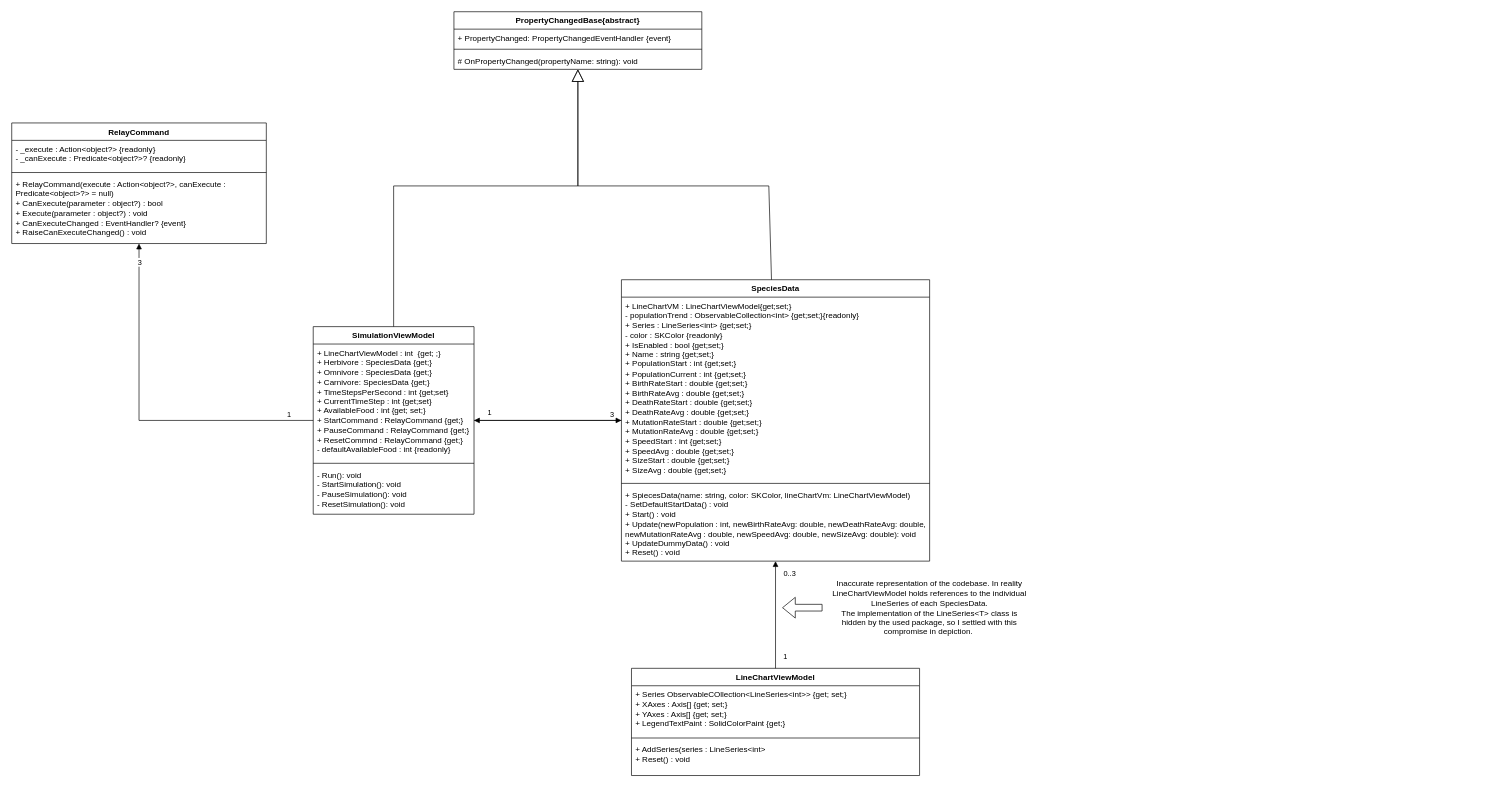
Arv1u/natural-selection-sim keeps this draw.io diagram as docs/diagrams/Natural Selection Sim Class Diagram MVP.drawio. Above is the earlier version. Source tidied: cells renumbered, new cells numbered last; positions are measured from the earlier drawing's top-left corner, leaving out a move shared by most shapes. Both pictures are drawn from the tidied source at 67%, with x=0, y=0 at pixel (11, 11).
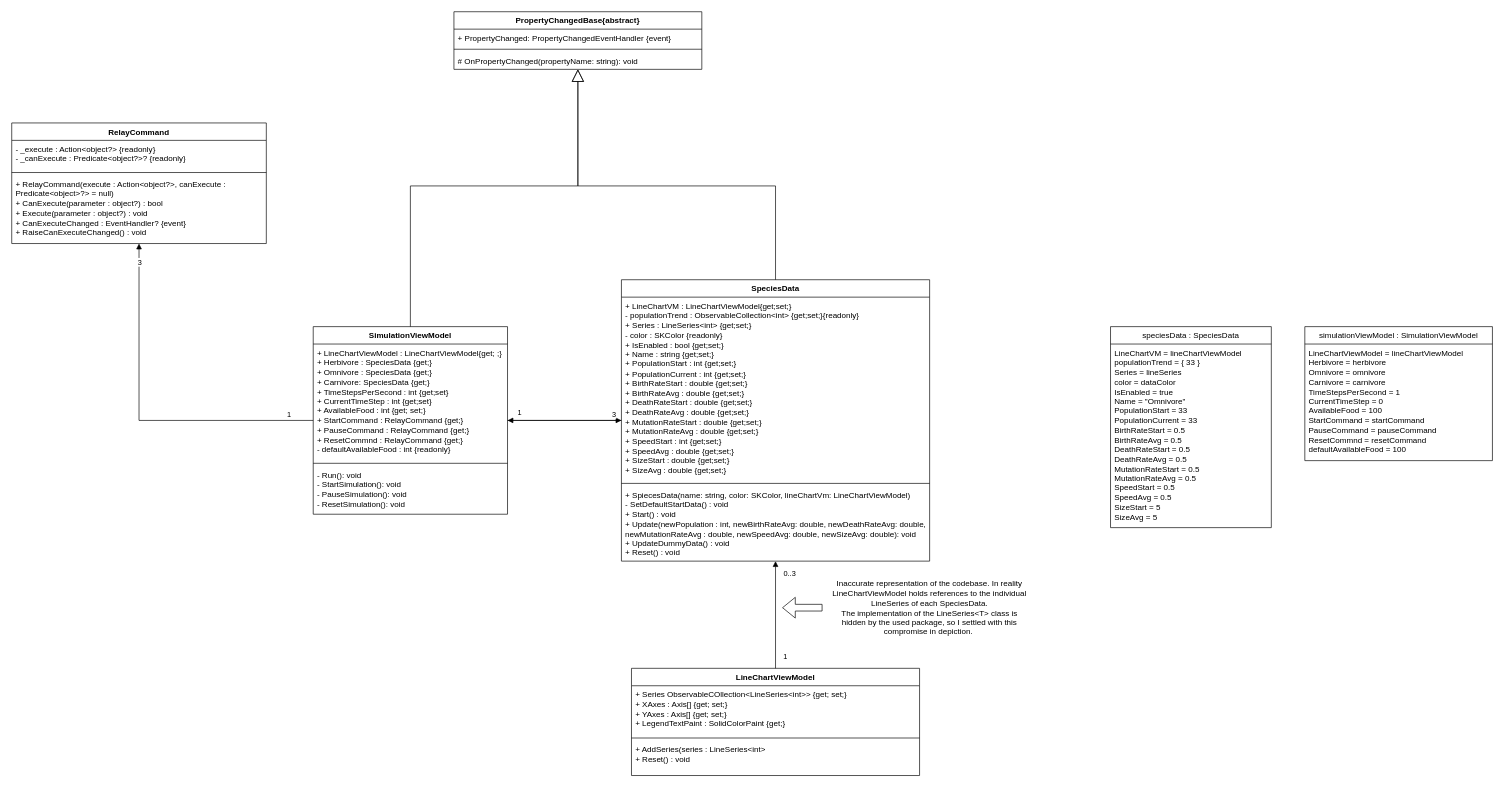
The same diagram, later.

Commit message (it also covers changes not shown here):
Added object diagrams

Unchanged cells that the change refers to:
```xml
<mxCell id="6" value="PropertyChangedBase{abstract}" style="swimlane;fontStyle=1;align=center;verticalAlign=top;horizontal=1;startSize=26;whiteSpace=wrap;html=1;" parent="1" vertex="1">
  <mxGeometry x="660" width="370" height="86" as="geometry" />
</mxCell>
<mxCell id="10" value="SpeciesData" style="swimlane;fontStyle=1;align=center;verticalAlign=top;horizontal=1;startSize=26;whiteSpace=wrap;html=1;" parent="1" vertex="1">
  <mxGeometry x="910" y="400" width="460" height="420" as="geometry" />
</mxCell>
```

What changed in the source:
```diff
@@
     <mxCell id="2" value="SimulationViewModel" style="swimlane;fontStyle=1;align=center;verticalAlign=top;horizontal=1;startSize=26;whiteSpace=wrap;html=1;" parent="1" vertex="1">
-      <mxGeometry x="450" y="470" width="240" height="280" as="geometry" />
+      <mxGeometry x="450" y="470" width="290" height="280" as="geometry" />
     </mxCell>
-    <mxCell id="3" value="+ LineChartViewModel : int&amp;nbsp; {get; ;}&lt;div&gt;+ Herbivore : SpeciesData {get;}&lt;/div&gt;&lt;div&gt;+ Omnivore : SpeciesData {get;}&lt;/div&gt;&lt;div&gt;+ Carnivore: SpeciesData {get;}&lt;/div&gt;&lt;div&gt;&lt;span style=&quot;background-color: transparent; color: light-dark(rgb(0, 0, 0), rgb(255, 255, 255));&quot;&gt;+ TimeStepsPerSecond : int {get;set}&lt;/span&gt;&lt;/div&gt;&lt;div&gt;&lt;span style=&quot;background-color: transparent; color: light-dark(rgb(0, 0, 0), rgb(255, 255, 255));&quot;&gt;+ CurrentTimeStep : int {get;set}&lt;/span&gt;&lt;/div&gt;&lt;div&gt;+ AvailableFood : int {get; set;}&lt;span style=&quot;background-color: transparent; color: light-dark(rgb(0, 0, 0), rgb(255, 255, 255));&quot;&gt;&lt;/span&gt;&lt;/div&gt;&lt;div&gt;&lt;span style=&quot;background-color: transparent; color: light-dark(rgb(0, 0, 0), rgb(255, 255, 255));&quot;&gt;+ StartCommand : RelayCommand {get;}&lt;/span&gt;&lt;/div&gt;&lt;div&gt;&lt;span style=&quot;background-color: transparent; color: light-dark(rgb(0, 0, 0), rgb(255, 255, 255));&quot;&gt;+ PauseCommand : RelayCommand {get;}&lt;/span&gt;&lt;/div&gt;&lt;div&gt;&lt;span style=&quot;background-color: transparent; color: light-dark(rgb(0, 0, 0), rgb(255, 255, 255));&quot;&gt;+ ResetCommnd : RelayCommand {get;}&lt;/span&gt;&lt;/div&gt;&lt;div&gt;&lt;span style=&quot;background-color: transparent; color: light-dark(rgb(0, 0, 0), rgb(255, 255, 255));&quot;&gt;- defaultAvailableFood : int {readonly}&lt;/span&gt;&lt;/div&gt;" style="text;strokeColor=none;fillColor=none;align=left;verticalAlign=top;spacingLeft=4;spacingRight=4;overflow=hidden;whiteSpace=wrap;html=1;" parent="2" vertex="1">
-      <mxGeometry y="26" width="240" height="174" as="geometry" />
+    <mxCell id="3" value="+ LineChartViewModel : LineChartViewModel{get; ;}&lt;div&gt;+ Herbivore : SpeciesData {get;}&lt;/div&gt;&lt;div&gt;+ Omnivore : SpeciesData {get;}&lt;/div&gt;&lt;div&gt;+ Carnivore: SpeciesData {get;}&lt;/div&gt;&lt;div&gt;&lt;span style=&quot;background-color: transparent; color: light-dark(rgb(0, 0, 0), rgb(255, 255, 255));&quot;&gt;+ TimeStepsPerSecond : int {get;set}&lt;/span&gt;&lt;/div&gt;&lt;div&gt;&lt;span style=&quot;background-color: transparent; color: light-dark(rgb(0, 0, 0), rgb(255, 255, 255));&quot;&gt;+ CurrentTimeStep : int {get;set}&lt;/span&gt;&lt;/div&gt;&lt;div&gt;+ AvailableFood : int {get; set;}&lt;span style=&quot;background-color: transparent; color: light-dark(rgb(0, 0, 0), rgb(255, 255, 255));&quot;&gt;&lt;/span&gt;&lt;/div&gt;&lt;div&gt;&lt;span style=&quot;background-color: transparent; color: light-dark(rgb(0, 0, 0), rgb(255, 255, 255));&quot;&gt;+ StartCommand : RelayCommand {get;}&lt;/span&gt;&lt;/div&gt;&lt;div&gt;&lt;span style=&quot;background-color: transparent; color: light-dark(rgb(0, 0, 0), rgb(255, 255, 255));&quot;&gt;+ PauseCommand : RelayCommand {get;}&lt;/span&gt;&lt;/div&gt;&lt;div&gt;&lt;span style=&quot;background-color: transparent; color: light-dark(rgb(0, 0, 0), rgb(255, 255, 255));&quot;&gt;+ ResetCommnd : RelayCommand {get;}&lt;/span&gt;&lt;/div&gt;&lt;div&gt;&lt;span style=&quot;background-color: transparent; color: light-dark(rgb(0, 0, 0), rgb(255, 255, 255));&quot;&gt;- defaultAvailableFood : int {readonly}&lt;/span&gt;&lt;/div&gt;" style="text;strokeColor=none;fillColor=none;align=left;verticalAlign=top;spacingLeft=4;spacingRight=4;overflow=hidden;whiteSpace=wrap;html=1;" parent="2" vertex="1">
+      <mxGeometry y="26" width="290" height="174" as="geometry" />
     </mxCell>
     <mxCell id="4" style="line;strokeWidth=1;fillColor=none;align=left;verticalAlign=middle;spacingTop=-1;spacingLeft=3;spacingRight=3;labelPosition=right;strokeColor=inherit;" parent="2" vertex="1">
-      <mxGeometry y="200" width="240" height="8" as="geometry" />
+      <mxGeometry y="200" width="290" height="8" as="geometry" />
     </mxCell>
     <mxCell id="5" value="- Run(): void&lt;div&gt;- StartSimulation(): void&lt;/div&gt;&lt;div&gt;- PauseSimulation(): void&lt;/div&gt;&lt;div&gt;- ResetSimulation(): void&lt;/div&gt;" style="text;strokeColor=none;fillColor=none;align=left;verticalAlign=top;spacingLeft=4;spacingRight=4;overflow=hidden;whiteSpace=wrap;html=1;" parent="2" vertex="1">
-      <mxGeometry y="208" width="240" height="72" as="geometry" />
+      <mxGeometry y="208" width="290" height="72" as="geometry" />
     </mxCell>
@@
     <mxCell id="27" style="endArrow=block;endSize=16;endFill=0;html=1;rounded=0;" parent="1" edge="1" source="2" target="6">
       <mxGeometry relative="1" as="geometry">
         <Array as="points">
-          <mxPoint x="570" y="260" />
+          <mxPoint x="595" y="260" />
           <mxPoint x="845" y="260" />
         </Array>
       </mxGeometry>
     </mxCell>
     <mxCell id="28" style="endArrow=block;endSize=16;endFill=0;html=1;rounded=0;" parent="1" edge="1" source="10" target="6">
       <mxGeometry relative="1" as="geometry">
         <Array as="points">
-          <mxPoint x="1130" y="260" />
+          <mxPoint x="1140" y="260" />
           <mxPoint x="845" y="260" />
         </Array>
       </mxGeometry>
     </mxCell>
@@
+    <mxCell id="36" value="simulationViewModel : S&lt;span style=&quot;color: light-dark(rgb(0, 0, 0), rgb(255, 255, 255)); background-color: transparent;&quot;&gt;imulationViewModel&lt;/span&gt;" style="swimlane;fontStyle=0;horizontal=1;startSize=26;fillColor=none;whiteSpace=wrap;html=1;" parent="1" vertex="1">
+      <mxGeometry x="1930" y="470" width="280" height="200" as="geometry" />
+    </mxCell>
+    <mxCell id="37" value="LineChartViewModel = lineChartViewModel&lt;div&gt;Herbivore = herbivore&lt;/div&gt;&lt;div&gt;Omnivore = omnivore&lt;/div&gt;&lt;div&gt;Carnivore = carnivore&lt;/div&gt;&lt;div&gt;&lt;span style=&quot;background-color: transparent; color: light-dark(rgb(0, 0, 0), rgb(255, 255, 255));&quot;&gt;TimeStepsPerSecond = 1&lt;/span&gt;&lt;/div&gt;&lt;div&gt;&lt;span style=&quot;background-color: transparent; color: light-dark(rgb(0, 0, 0), rgb(255, 255, 255));&quot;&gt;CurrentTimeStep = 0&lt;/span&gt;&lt;/div&gt;&lt;div&gt;AvailableFood = 100&lt;span style=&quot;background-color: transparent; color: light-dark(rgb(0, 0, 0), rgb(255, 255, 255));&quot;&gt;&lt;/span&gt;&lt;/div&gt;&lt;div&gt;&lt;span style=&quot;background-color: transparent; color: light-dark(rgb(0, 0, 0), rgb(255, 255, 255));&quot;&gt;StartCommand = startCommand&lt;/span&gt;&lt;/div&gt;&lt;div&gt;&lt;span style=&quot;background-color: transparent; color: light-dark(rgb(0, 0, 0), rgb(255, 255, 255));&quot;&gt;PauseCommand = pauseCommand&lt;/span&gt;&lt;/div&gt;&lt;div&gt;&lt;span style=&quot;background-color: transparent; color: light-dark(rgb(0, 0, 0), rgb(255, 255, 255));&quot;&gt;ResetCommnd = resetCommand&lt;span style=&quot;white-space: pre;&quot;&gt;&#9;&lt;/span&gt;&lt;/span&gt;&lt;/div&gt;&lt;div&gt;&lt;span style=&quot;background-color: transparent; color: light-dark(rgb(0, 0, 0), rgb(255, 255, 255));&quot;&gt;defaultAvailableFood = 100&lt;/span&gt;&lt;/div&gt;" style="text;strokeColor=none;fillColor=none;align=left;verticalAlign=top;spacingLeft=4;spacingRight=4;overflow=hidden;whiteSpace=wrap;html=1;" parent="36" vertex="1">
+      <mxGeometry y="26" width="280" height="174" as="geometry" />
+    </mxCell>
+    <mxCell id="38" value="speciesData : SpeciesData" style="swimlane;fontStyle=0;horizontal=1;startSize=26;fillColor=none;whiteSpace=wrap;html=1;" parent="1" vertex="1">
+      <mxGeometry x="1640" y="470" width="240" height="300" as="geometry" />
+    </mxCell>
+    <mxCell id="39" value="LineChartVM = lineChartViewModel&lt;div&gt;populationTrend = { 33 }&lt;/div&gt;&lt;div&gt;Series = lineSeries&lt;/div&gt;&lt;div&gt;color = dataColor&lt;/div&gt;&lt;div&gt;IsEnabled = true&lt;/div&gt;&lt;div&gt;Name = &quot;Omnivore&quot;&lt;/div&gt;&lt;div&gt;&lt;span style=&quot;background-color: transparent; color: light-dark(rgb(0, 0, 0), rgb(255, 255, 255));&quot;&gt;PopulationStart = 33&lt;/span&gt;&lt;/div&gt;&lt;div&gt;&lt;span style=&quot;background-color: transparent; color: light-dark(rgb(0, 0, 0), rgb(255, 255, 255));&quot;&gt;PopulationCurrent = 33&lt;/span&gt;&lt;/div&gt;&lt;div&gt;&lt;span style=&quot;background-color: transparent; color: light-dark(rgb(0, 0, 0), rgb(255, 255, 255));&quot;&gt;BirthRateStart = 0.5&lt;/span&gt;&lt;/div&gt;&lt;div&gt;&lt;span style=&quot;background-color: transparent; color: light-dark(rgb(0, 0, 0), rgb(255, 255, 255));&quot;&gt;BirthRateAvg&amp;nbsp;&lt;/span&gt;&lt;span style=&quot;background-color: transparent; color: light-dark(rgb(0, 0, 0), rgb(255, 255, 255));&quot;&gt;= 0.5&lt;/span&gt;&lt;/div&gt;&lt;div&gt;&lt;span style=&quot;background-color: transparent; color: light-dark(rgb(0, 0, 0), rgb(255, 255, 255));&quot;&gt;DeathRateStart&amp;nbsp;&lt;/span&gt;&lt;span style=&quot;background-color: transparent; color: light-dark(rgb(0, 0, 0), rgb(255, 255, 255));&quot;&gt;= 0.5&lt;/span&gt;&lt;/div&gt;&lt;div&gt;&lt;span style=&quot;background-color: transparent; color: light-dark(rgb(0, 0, 0), rgb(255, 255, 255));&quot;&gt;DeathRateAvg&amp;nbsp;&lt;/span&gt;&lt;span style=&quot;background-color: transparent; color: light-dark(rgb(0, 0, 0), rgb(255, 255, 255));&quot;&gt;= 0.5&lt;/span&gt;&lt;/div&gt;&lt;div&gt;&lt;span style=&quot;background-color: transparent; color: light-dark(rgb(0, 0, 0), rgb(255, 255, 255));&quot;&gt;MutationRateStart&amp;nbsp;&lt;/span&gt;&lt;span style=&quot;background-color: transparent; color: light-dark(rgb(0, 0, 0), rgb(255, 255, 255));&quot;&gt;= 0.5&lt;/span&gt;&lt;/div&gt;&lt;div&gt;&lt;span style=&quot;background-color: transparent; color: light-dark(rgb(0, 0, 0), rgb(255, 255, 255));&quot;&gt;MutationRateAvg&amp;nbsp;&lt;/span&gt;&lt;span style=&quot;background-color: transparent; color: light-dark(rgb(0, 0, 0), rgb(255, 255, 255));&quot;&gt;= 0.5&lt;/span&gt;&lt;/div&gt;&lt;div&gt;&lt;span style=&quot;background-color: transparent; color: light-dark(rgb(0, 0, 0), rgb(255, 255, 255));&quot;&gt;SpeedStart&amp;nbsp;&lt;/span&gt;&lt;span style=&quot;background-color: transparent; color: light-dark(rgb(0, 0, 0), rgb(255, 255, 255));&quot;&gt;= 0.5&lt;/span&gt;&lt;/div&gt;&lt;div&gt;&lt;span style=&quot;background-color: transparent; color: light-dark(rgb(0, 0, 0), rgb(255, 255, 255));&quot;&gt;SpeedAvg&amp;nbsp;&lt;/span&gt;&lt;span style=&quot;background-color: transparent; color: light-dark(rgb(0, 0, 0), rgb(255, 255, 255));&quot;&gt;= 0.5&lt;/span&gt;&lt;/div&gt;&lt;div&gt;&lt;span style=&quot;background-color: transparent; color: light-dark(rgb(0, 0, 0), rgb(255, 255, 255));&quot;&gt;SizeStart = 5&lt;/span&gt;&lt;/div&gt;&lt;div&gt;SizeAvg = 5&lt;/div&gt;" style="text;strokeColor=none;fillColor=none;align=left;verticalAlign=top;spacingLeft=4;spacingRight=4;overflow=hidden;whiteSpace=wrap;html=1;" parent="38" vertex="1">
+      <mxGeometry y="26" width="240" height="274" as="geometry" />
+    </mxCell>
```
